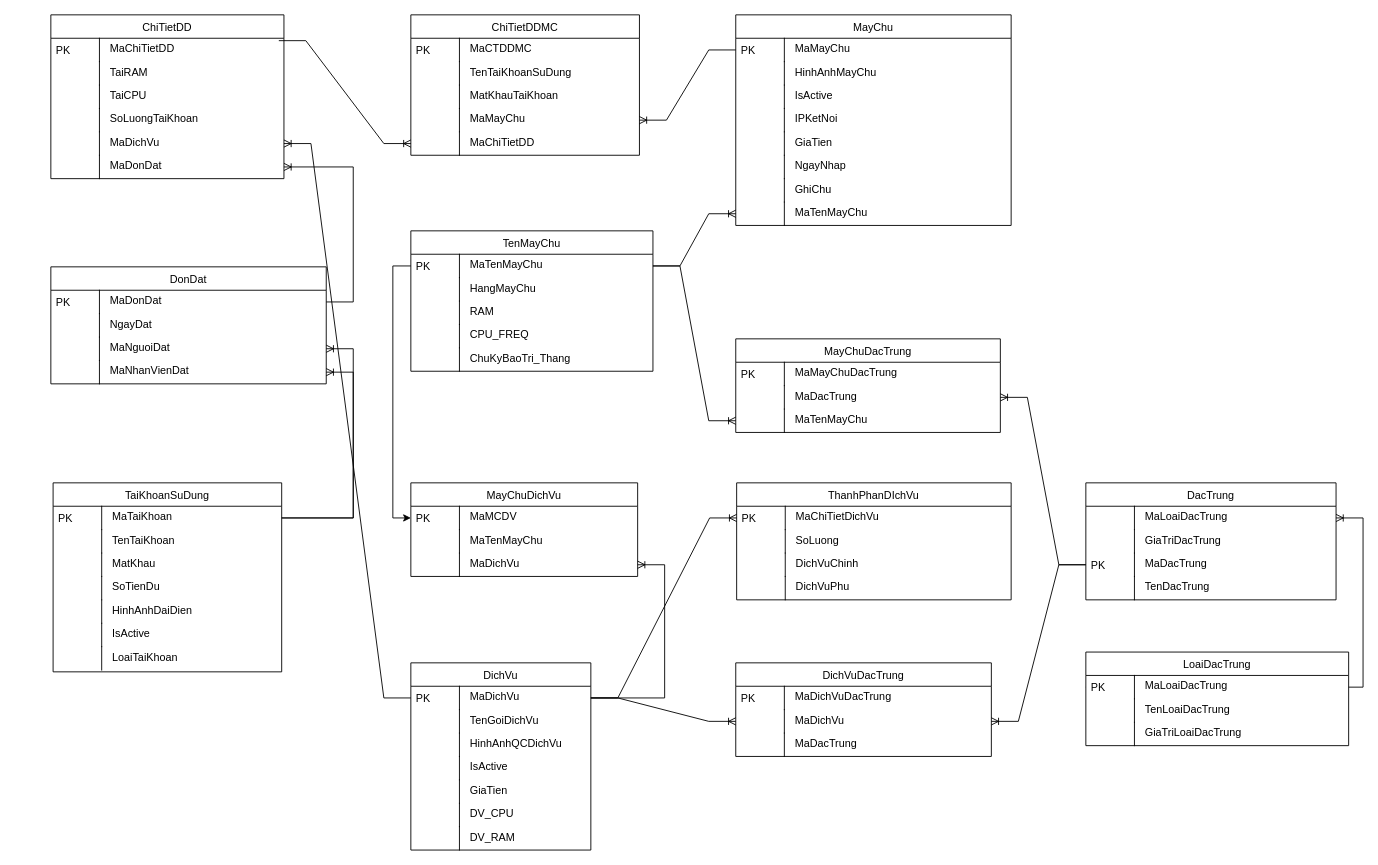
Earlier version of the draw.io diagram erd.drawio (frozenproof/dactaphanmem). Source tidied: cells renumbered, new cells numbered last; positions are measured from the earlier drawing's top-left corner, leaving out a move shared by most shapes. Both pictures are drawn from the tidied source at 90%, with x=0, y=0 at pixel (50, 14).
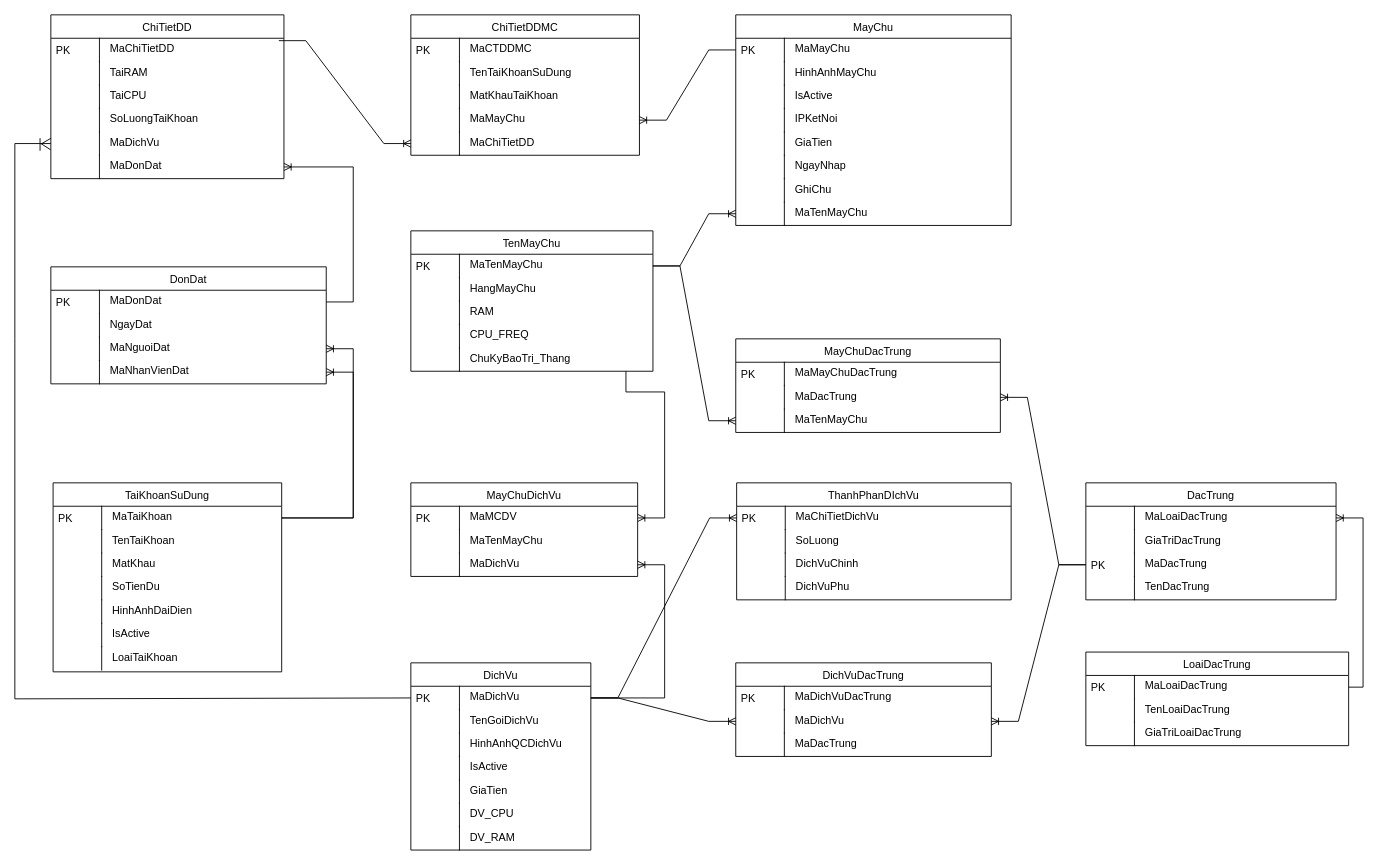
The same page after the edit.

The change refers to these unchanged cells:
```xml
<mxCell id="3" value="MaDichVu" style="shape=partialRectangle;top=0;left=0;right=0;bottom=0;align=left;verticalAlign=top;spacingTop=-2;fillColor=none;spacingLeft=64;spacingRight=4;overflow=hidden;points=[[0,0.5],[1,0.5]];portConstraint=eastwest;" parent="2" vertex="1">
  <mxGeometry y="26" width="200" height="26" as="geometry" />
</mxCell>
<mxCell id="33" value="MaTenMayChu" style="shape=partialRectangle;top=0;left=0;right=0;bottom=0;align=left;verticalAlign=top;spacingTop=-2;fillColor=none;spacingLeft=64;spacingRight=4;overflow=hidden;points=[[0,0.5],[1,0.5]];portConstraint=eastwest;" parent="32" vertex="1">
  <mxGeometry y="26" width="269" height="26" as="geometry" />
</mxCell>
<mxCell id="62" value="MaMCDV" style="shape=partialRectangle;top=0;left=0;right=0;bottom=0;align=left;verticalAlign=top;spacingTop=-2;fillColor=none;spacingLeft=64;spacingRight=4;overflow=hidden;points=[[0,0.5],[1,0.5]];portConstraint=eastwest;" parent="61" vertex="1">
  <mxGeometry y="26" width="252" height="26" as="geometry" />
</mxCell>
<mxCell id="92" value="ChiTietDD" style="swimlane;fontStyle=0;horizontal=1;startSize=26;fillColor=default;swimlaneFillColor=default;align=center;" parent="1" vertex="1">
  <mxGeometry width="259" height="182" as="geometry" />
</mxCell>
<mxCell id="101" value="MaDichVu" style="shape=partialRectangle;top=0;left=0;right=0;bottom=0;align=left;verticalAlign=top;spacingTop=-2;fillColor=none;spacingLeft=64;spacingRight=4;overflow=hidden;points=[[0,0.5],[1,0.5]];portConstraint=eastwest;" parent="92" vertex="1">
  <mxGeometry y="130" width="259" height="26" as="geometry" />
</mxCell>
```

Diff of the diagram source:
```diff
@@
+    <mxCell id="153" style="edgeStyle=entityRelationEdgeStyle;fontSize=12;html=1;endArrow=ERoneToMany;rounded=0;exitX=1;exitY=0.5;exitDx=0;exitDy=0;entryX=1;entryY=0.5;entryDx=0;entryDy=0;" parent="1" edge="1" source="33" target="62">
+      <mxGeometry relative="1" as="geometry">
+        <Array as="points">
+          <mxPoint x="660" y="360" />
+          <mxPoint x="660" y="520" />
+        </Array>
+      </mxGeometry>
+    </mxCell>
@@
+    <mxCell id="154" style="endArrow=none;html=1;rounded=0;entryX=0.001;entryY=0.271;entryDx=0;entryDy=0;entryPerimeter=0;exitX=0.001;exitY=0.271;exitDx=0;exitDy=0;exitPerimeter=0;" parent="92" edge="1" target="101">
+      <mxGeometry relative="1" as="geometry">
+        <mxPoint x="-10" y="143" as="sourcePoint" />
+      </mxGeometry>
+    </mxCell>
@@
-    <mxCell id="141" style="edgeStyle=entityRelationEdgeStyle;fontSize=12;html=1;endArrow=ERoneToMany;rounded=0;exitX=0;exitY=0.5;exitDx=0;exitDy=0;" parent="1" edge="1" source="3" target="101">
-      <mxGeometry relative="1" as="geometry" />
-    </mxCell>
@@
-    <mxCell id="153" style="edgeStyle=orthogonalEdgeStyle;rounded=0;jettySize=auto;html=1;entryX=0;entryY=0.5;entryDx=0;entryDy=0;" parent="1" edge="1" source="33" target="62">
-      <mxGeometry relative="1" as="geometry" />
-    </mxCell>
+    <mxCell id="141" style="endArrow=none;html=1;rounded=0;entryX=0;entryY=0.5;entryDx=0;entryDy=0;exitX=0;exitY=0.5;exitDx=0;exitDy=0;" parent="1" edge="1" source="3" target="101">
+      <mxGeometry relative="1" as="geometry">
+        <Array as="points">
+          <mxPoint x="-40" y="760" />
+          <mxPoint x="-40" y="360" />
+          <mxPoint x="-40" y="143" />
+        </Array>
+      </mxGeometry>
+    </mxCell>
+    <mxCell id="155" style="endArrow=none;html=1;rounded=0;" parent="1" edge="1">
+      <mxGeometry relative="1" as="geometry">
+        <mxPoint x="-12" y="151" as="sourcePoint" />
+        <mxPoint x="-12" y="137" as="targetPoint" />
+      </mxGeometry>
+    </mxCell>
+    <mxCell id="156" style="endArrow=none;html=1;rounded=0;entryX=-0.001;entryY=0.766;entryDx=0;entryDy=0;entryPerimeter=0;" parent="1" edge="1" target="101">
+      <mxGeometry relative="1" as="geometry">
+        <mxPoint x="-11" y="143" as="sourcePoint" />
+      </mxGeometry>
+    </mxCell>
```
